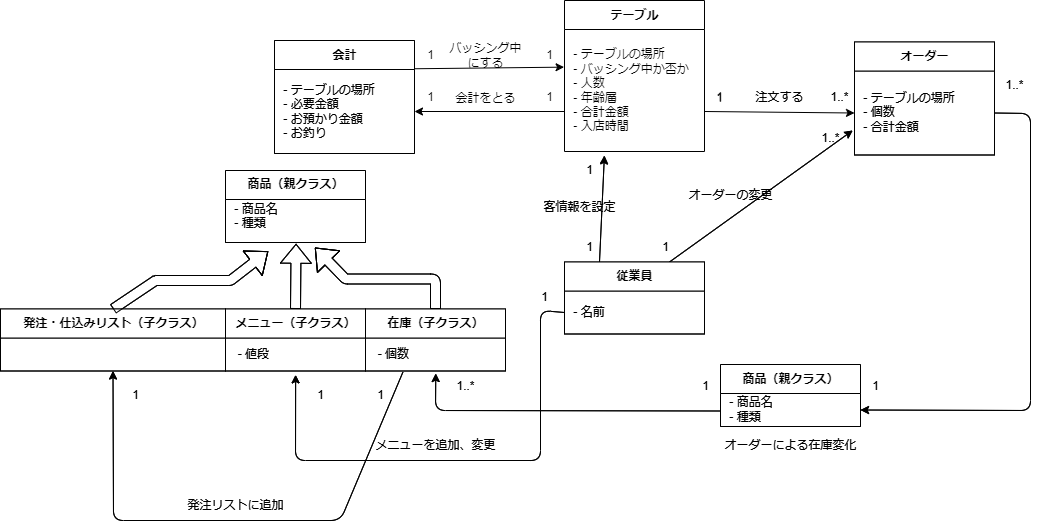
Above: psp4/クラス図/クラス図_統合版.drawio.png in MasakiHiguchi/--- (draw.io), before the change. Source tidied: cells renumbered, new cells last; positions are measured from the earlier drawing's top-left corner, leaving out a move shared by most shapes.
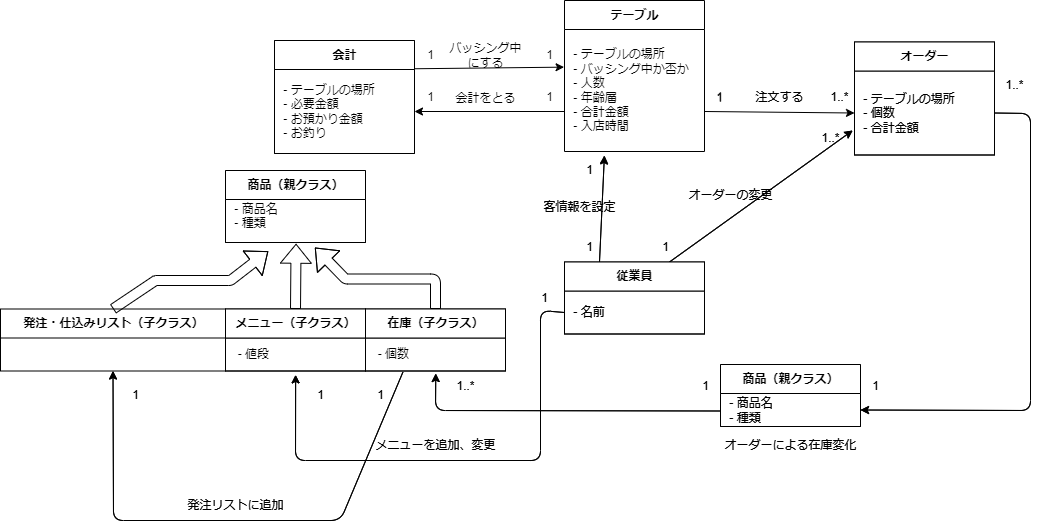
The same diagram one commit later.

Diff of the diagram source:
```diff
@@ -225,9 +225,6 @@
     <mxCell id="64" value="メニュー（子クラス）" style="swimlane;fontStyle=1;align=center;verticalAlign=middle;horizontal=1;startSize=29;html=1;" parent="1" vertex="1">
       <mxGeometry x="225" y="308.5" width="140" height="62" as="geometry" />
     </mxCell>
-    <mxCell id="65" value="&amp;nbsp;&amp;nbsp;- 値段" style="text;html=1;strokeColor=none;fillColor=none;align=left;verticalAlign=middle;spacingLeft=4;spacingRight=4;overflow=hidden;points=[[0,0.5],[1,0.5]];portConstraint=eastwest;" parent="64" vertex="1">
-      <mxGeometry y="29" width="140" height="33" as="geometry" />
-    </mxCell>
     <mxCell id="66" value="1" style="text;html=1;align=center;verticalAlign=middle;strokeColor=none;fillColor=none;" parent="1" vertex="1">
       <mxGeometry x="529" y="282.5" width="30" height="30" as="geometry" />
     </mxCell>
@@ -245,12 +242,10 @@
     <mxCell id="70" value="会計" style="swimlane;fontStyle=1;align=center;verticalAlign=middle;horizontal=1;startSize=29;html=1;" parent="1" vertex="1">
       <mxGeometry x="274" y="40" width="140" height="113" as="geometry" />
     </mxCell>
-    <mxCell id="71" value="&amp;nbsp;- テーブルの場所&lt;br&gt;&amp;nbsp;- 必要金額&lt;br&gt;&amp;nbsp;- お預かり金額&lt;br&gt;&amp;nbsp;- お釣り" style="text;html=1;strokeColor=none;fillColor=none;align=left;verticalAlign=middle;spacingLeft=4;spacingRight=4;overflow=hidden;points=[[0,0.5],[1,0.5]];portConstraint=eastwest;" parent="70" vertex="1">
-      <mxGeometry y="29" width="140" height="84" as="geometry" />
-    </mxCell>
-    <mxCell id="72" style="edgeStyle=none;html=1;exitX=0;exitY=0.5;exitDx=0;exitDy=0;entryX=1;entryY=0.5;entryDx=0;entryDy=0;" parent="1" edge="1" target="71">
+    <mxCell id="72" style="edgeStyle=none;html=1;exitX=0;exitY=0.5;exitDx=0;exitDy=0;entryX=1;entryY=0.5;entryDx=0;entryDy=0;" parent="1" edge="1">
       <mxGeometry relative="1" as="geometry">
         <mxPoint x="564" y="111" as="sourcePoint" />
+        <mxPoint x="414" y="111" as="targetPoint" />
       </mxGeometry>
     </mxCell>
     <mxCell id="73" value="1" style="text;html=1;align=center;verticalAlign=middle;strokeColor=none;fillColor=none;" parent="1" vertex="1">
@@ -277,28 +272,12 @@
     <mxCell id="80" value="商品（親クラス）" style="swimlane;fontStyle=1;align=center;verticalAlign=middle;horizontal=1;startSize=29;html=1;" parent="1" vertex="1">
       <mxGeometry x="225" y="170" width="140" height="72" as="geometry" />
     </mxCell>
-    <mxCell id="81" value="&amp;nbsp;- 商品名&lt;br&gt;&amp;nbsp;- 種類&lt;br&gt;&amp;nbsp;" style="text;html=1;strokeColor=none;fillColor=none;align=left;verticalAlign=middle;spacingLeft=4;spacingRight=4;overflow=hidden;points=[[0,0.5],[1,0.5]];portConstraint=eastwest;" parent="80" vertex="1">
-      <mxGeometry y="29" width="140" height="43" as="geometry" />
-    </mxCell>
     <mxCell id="82" value="在庫（子クラス）" style="swimlane;fontStyle=1;align=center;verticalAlign=middle;horizontal=1;startSize=29;html=1;" parent="1" vertex="1">
       <mxGeometry x="365" y="308.5" width="140" height="62" as="geometry" />
     </mxCell>
-    <mxCell id="83" value="&amp;nbsp;&amp;nbsp;- 個数" style="text;html=1;strokeColor=none;fillColor=none;align=left;verticalAlign=middle;spacingLeft=4;spacingRight=4;overflow=hidden;points=[[0,0.5],[1,0.5]];portConstraint=eastwest;" parent="82" vertex="1">
-      <mxGeometry y="29" width="140" height="33" as="geometry" />
-    </mxCell>
-    <mxCell id="84" style="shape=flexArrow;endArrow=classic;html=1;exitX=0.5;exitY=0;exitDx=0;exitDy=0;entryX=0.504;entryY=1.029;entryDx=0;entryDy=0;entryPerimeter=0;" parent="1" edge="1" source="64" target="81">
-      <mxGeometry relative="1" as="geometry" />
-    </mxCell>
-    <mxCell id="85" style="shape=flexArrow;endArrow=classic;html=1;exitX=0.5;exitY=0;exitDx=0;exitDy=0;entryX=0.639;entryY=1.119;entryDx=0;entryDy=0;entryPerimeter=0;" parent="1" edge="1" source="82" target="81">
-      <mxGeometry relative="1" as="geometry">
-        <Array as="points">
-          <mxPoint x="435" y="278.5" />
-          <mxPoint x="345" y="278.5" />
-        </Array>
-      </mxGeometry>
-    </mxCell>
-    <mxCell id="86" style="edgeStyle=none;html=1;exitX=0;exitY=0.5;exitDx=0;exitDy=0;entryX=0.501;entryY=1.117;entryDx=0;entryDy=0;entryPerimeter=0;" parent="1" edge="1" source="60" target="65">
+    <mxCell id="86" style="edgeStyle=none;html=1;exitX=0;exitY=0.5;exitDx=0;exitDy=0;entryX=0.501;entryY=1.117;entryDx=0;entryDy=0;entryPerimeter=0;" parent="1" edge="1" source="60">
       <mxGeometry relative="1" as="geometry">
+        <mxPoint x="295.1" y="374.4" as="targetPoint" />
         <Array as="points">
           <mxPoint x="540" y="310" />
           <mxPoint x="540" y="460" />
@@ -306,8 +285,9 @@
         </Array>
       </mxGeometry>
     </mxCell>
-    <mxCell id="87" style="edgeStyle=none;html=1;exitX=0;exitY=0.75;exitDx=0;exitDy=0;entryX=0.502;entryY=1.077;entryDx=0;entryDy=0;entryPerimeter=0;" parent="1" edge="1" source="88" target="83">
+    <mxCell id="87" style="edgeStyle=none;html=1;exitX=0;exitY=0.75;exitDx=0;exitDy=0;entryX=0.502;entryY=1.077;entryDx=0;entryDy=0;entryPerimeter=0;" parent="1" edge="1" source="88">
       <mxGeometry relative="1" as="geometry">
+        <mxPoint x="435.3" y="373" as="targetPoint" />
         <Array as="points">
           <mxPoint x="435" y="410" />
         </Array>
@@ -339,25 +319,16 @@
     <mxCell id="94" value="1..*" style="text;html=1;align=center;verticalAlign=middle;strokeColor=none;fillColor=none;" parent="1" vertex="1">
       <mxGeometry x="994" y="70" width="40" height="30" as="geometry" />
     </mxCell>
-    <mxCell id="95" style="edgeStyle=none;html=1;exitX=0.267;exitY=1.036;exitDx=0;exitDy=0;exitPerimeter=0;entryX=0.5;entryY=1;entryDx=0;entryDy=0;" parent="1" edge="1" source="83" target="96">
+    <mxCell id="95" style="edgeStyle=none;html=1;exitX=0.267;exitY=1.036;exitDx=0;exitDy=0;exitPerimeter=0;entryX=0.5;entryY=1;entryDx=0;entryDy=0;" parent="1" edge="1">
       <mxGeometry relative="1" as="geometry">
+        <mxPoint x="402.4" y="371.7" as="sourcePoint" />
+        <mxPoint x="112.5" y="370.5" as="targetPoint" />
         <Array as="points">
           <mxPoint x="340" y="520" />
           <mxPoint x="113" y="520" />
         </Array>
       </mxGeometry>
     </mxCell>
-    <mxCell id="96" value="発注・仕込みリスト（子クラス）" style="swimlane;fontStyle=1;align=center;verticalAlign=middle;horizontal=1;startSize=29;html=1;" parent="1" vertex="1">
-      <mxGeometry y="308.5" width="225" height="62" as="geometry" />
-    </mxCell>
-    <mxCell id="97" style="shape=flexArrow;endArrow=classic;html=1;exitX=0.5;exitY=0;exitDx=0;exitDy=0;entryX=0.305;entryY=1.205;entryDx=0;entryDy=0;entryPerimeter=0;" parent="1" edge="1" source="96" target="81">
-      <mxGeometry relative="1" as="geometry">
-        <Array as="points">
-          <mxPoint x="155" y="280" />
-          <mxPoint x="230" y="280" />
-        </Array>
-      </mxGeometry>
-    </mxCell>
     <mxCell id="98" value="1" style="text;html=1;align=center;verticalAlign=middle;strokeColor=none;fillColor=none;" parent="1" vertex="1">
       <mxGeometry x="120" y="380" width="30" height="30" as="geometry" />
     </mxCell>
```
